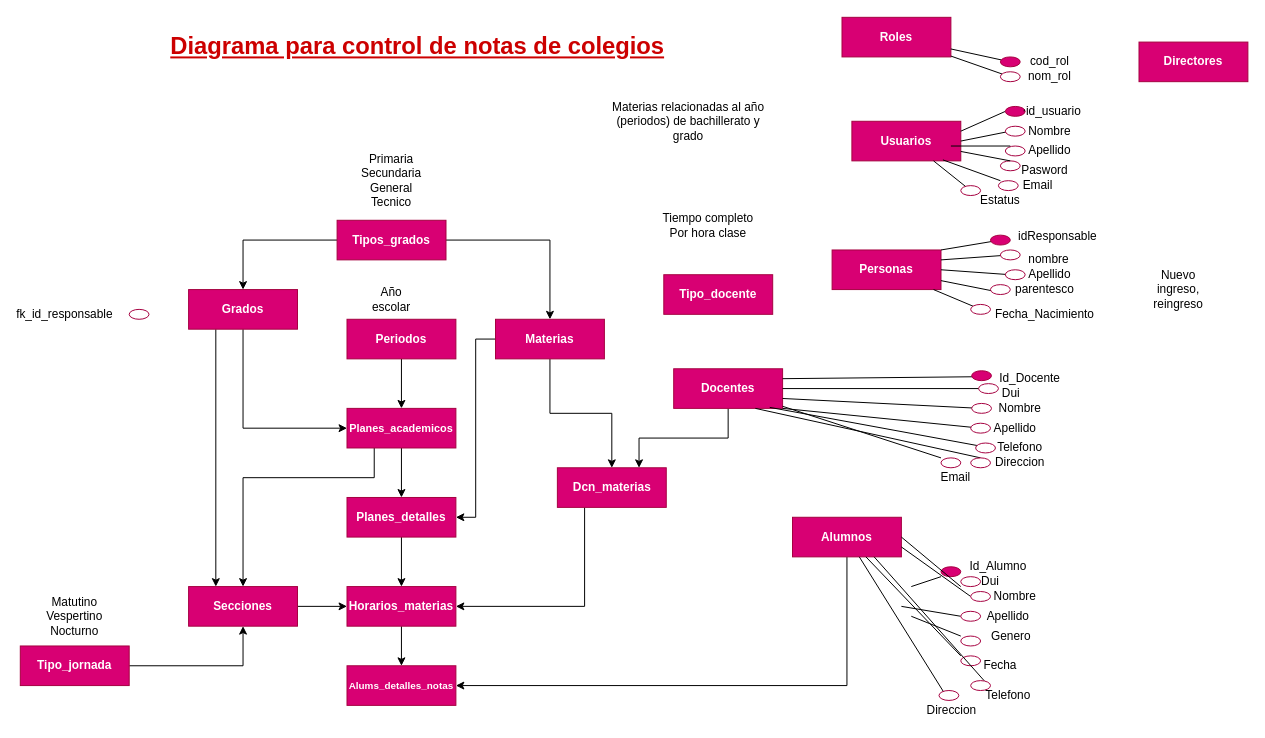
Above: dsiw2_diagrama_notas.drawio in w-vasquez/dsiw2 (draw.io), before the change. Source tidied: cells renumbered, new cells numbered last; positions are measured from the earlier drawing's top-left corner, leaving out a move shared by most shapes. Both pictures are drawn from the tidied source at 99%, with x=0, y=0 at pixel (20, 17).
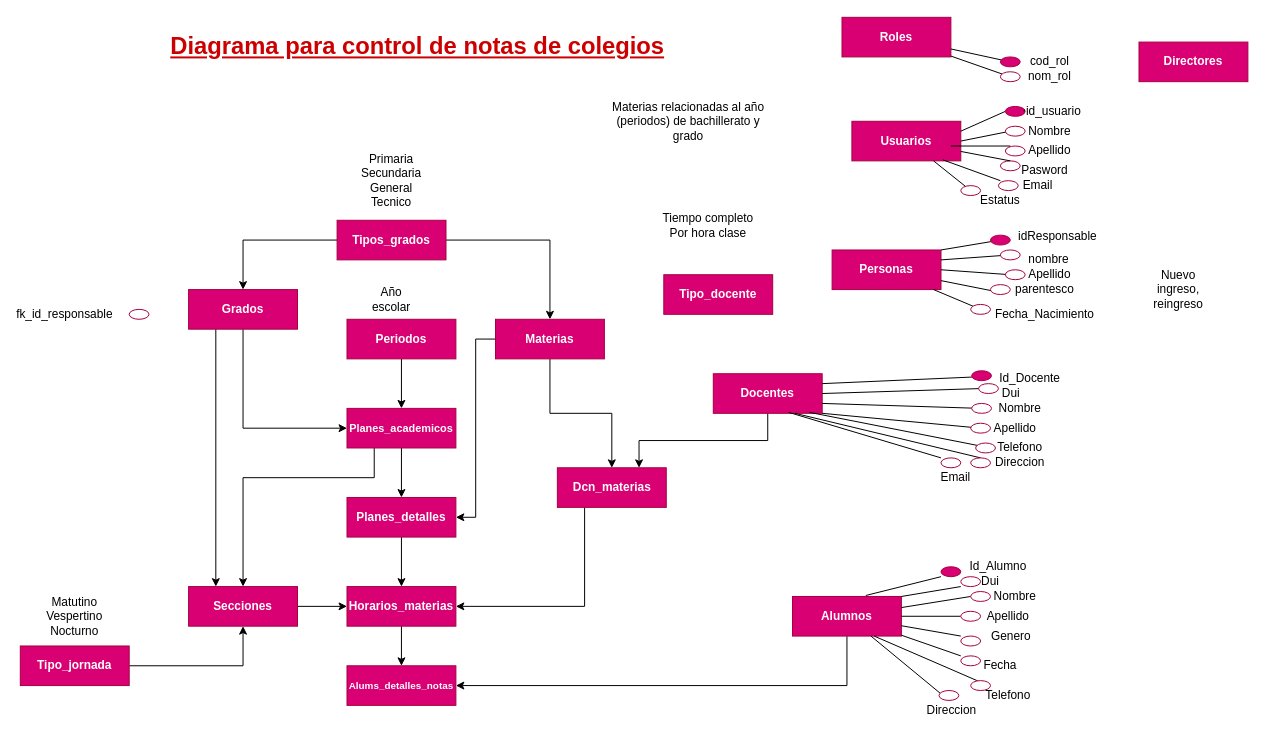
The same page after the edit.

Diff of the diagram source:
```diff
@@
     <mxCell id="11" value="Docentes" style="rounded=0;whiteSpace=wrap;html=1;fillColor=#d80073;strokeColor=#A50040;fontColor=#ffffff;fontStyle=1;" parent="1" vertex="1">
-      <mxGeometry x="660" y="355" width="110" height="40" as="geometry" />
+      <mxGeometry x="700" y="360" width="110" height="40" as="geometry" />
     </mxCell>
@@
     <mxCell id="13" value="Alumnos" style="rounded=0;whiteSpace=wrap;html=1;fillColor=#d80073;strokeColor=#A50040;fontColor=#ffffff;fontStyle=1;" parent="1" vertex="1">
-      <mxGeometry x="780" y="505" width="110" height="40" as="geometry" />
+      <mxGeometry x="780" y="585" width="110" height="40" as="geometry" />
     </mxCell>
@@
-    <mxCell id="104" style="rounded=0;jettySize=auto;html=1;fontSize=10;sketch=0;shadow=0;endArrow=none;endFill=0;" parent="1" edge="1" target="11">
+    <mxCell id="104" style="rounded=0;jettySize=auto;html=1;fontSize=10;sketch=0;shadow=0;endArrow=none;endFill=0;entryX=0.691;entryY=0.975;entryDx=0;entryDy=0;entryPerimeter=0;" parent="1" edge="1" target="11">
       <mxGeometry relative="1" as="geometry">
         <mxPoint x="930" y="445" as="sourcePoint" />
       </mxGeometry>
     </mxCell>
@@
-    <mxCell id="109" style="rounded=0;orthogonalLoop=1;jettySize=auto;html=1;fontSize=10;sketch=0;shadow=0;endArrow=none;endFill=0;" parent="1" edge="1">
+    <mxCell id="109" style="rounded=0;jettySize=auto;html=1;fontSize=10;sketch=0;shadow=0;endArrow=none;endFill=0;entryX=0.673;entryY=-0.025;entryDx=0;entryDy=0;entryPerimeter=0;" parent="1" edge="1" target="13">
       <mxGeometry relative="1" as="geometry">
         <mxPoint x="930" y="565" as="sourcePoint" />
-        <mxPoint x="900" y="575" as="targetPoint" />
       </mxGeometry>
     </mxCell>
-    <mxCell id="110" style="rounded=0;jettySize=auto;html=1;fontSize=10;sketch=0;shadow=0;endArrow=none;endFill=0;entryX=1;entryY=0.5;entryDx=0;entryDy=0;" parent="1" edge="1" target="13">
+    <mxCell id="110" style="rounded=0;jettySize=auto;html=1;fontSize=10;sketch=0;shadow=0;endArrow=none;endFill=0;entryX=1;entryY=0;entryDx=0;entryDy=0;" parent="1" edge="1" target="13">
       <mxGeometry relative="1" as="geometry">
         <mxPoint x="950" y="575" as="sourcePoint" />
       </mxGeometry>
     </mxCell>
@@
-    <mxCell id="112" style="rounded=0;jettySize=auto;html=1;fontSize=10;sketch=0;shadow=0;endArrow=none;endFill=0;entryX=1;entryY=0.75;entryDx=0;entryDy=0;" parent="1" edge="1" target="13">
+    <mxCell id="112" style="rounded=0;jettySize=auto;html=1;fontSize=10;sketch=0;shadow=0;endArrow=none;endFill=0;" parent="1" edge="1" target="13">
       <mxGeometry relative="1" as="geometry">
         <mxPoint x="960" y="585" as="sourcePoint" />
       </mxGeometry>
     </mxCell>
@@
-    <mxCell id="114" style="rounded=0;orthogonalLoop=1;jettySize=auto;html=1;fontSize=10;sketch=0;shadow=0;endArrow=none;endFill=0;" parent="1" edge="1">
+    <mxCell id="114" style="rounded=0;jettySize=auto;html=1;fontSize=10;sketch=0;shadow=0;endArrow=none;endFill=0;entryX=1;entryY=0.5;entryDx=0;entryDy=0;" parent="1" edge="1" target="13">
       <mxGeometry relative="1" as="geometry">
         <mxPoint x="950" y="605" as="sourcePoint" />
-        <mxPoint x="890" y="595" as="targetPoint" />
       </mxGeometry>
     </mxCell>
@@
-    <mxCell id="116" style="rounded=0;orthogonalLoop=1;jettySize=auto;html=1;fontSize=10;sketch=0;shadow=0;endArrow=none;endFill=0;" parent="1" edge="1">
+    <mxCell id="116" style="rounded=0;jettySize=auto;html=1;fontSize=10;sketch=0;shadow=0;endArrow=none;endFill=0;" parent="1" edge="1" target="13">
       <mxGeometry relative="1" as="geometry">
         <mxPoint x="950" y="625" as="sourcePoint" />
-        <mxPoint x="900" y="605" as="targetPoint" />
       </mxGeometry>
     </mxCell>
```
